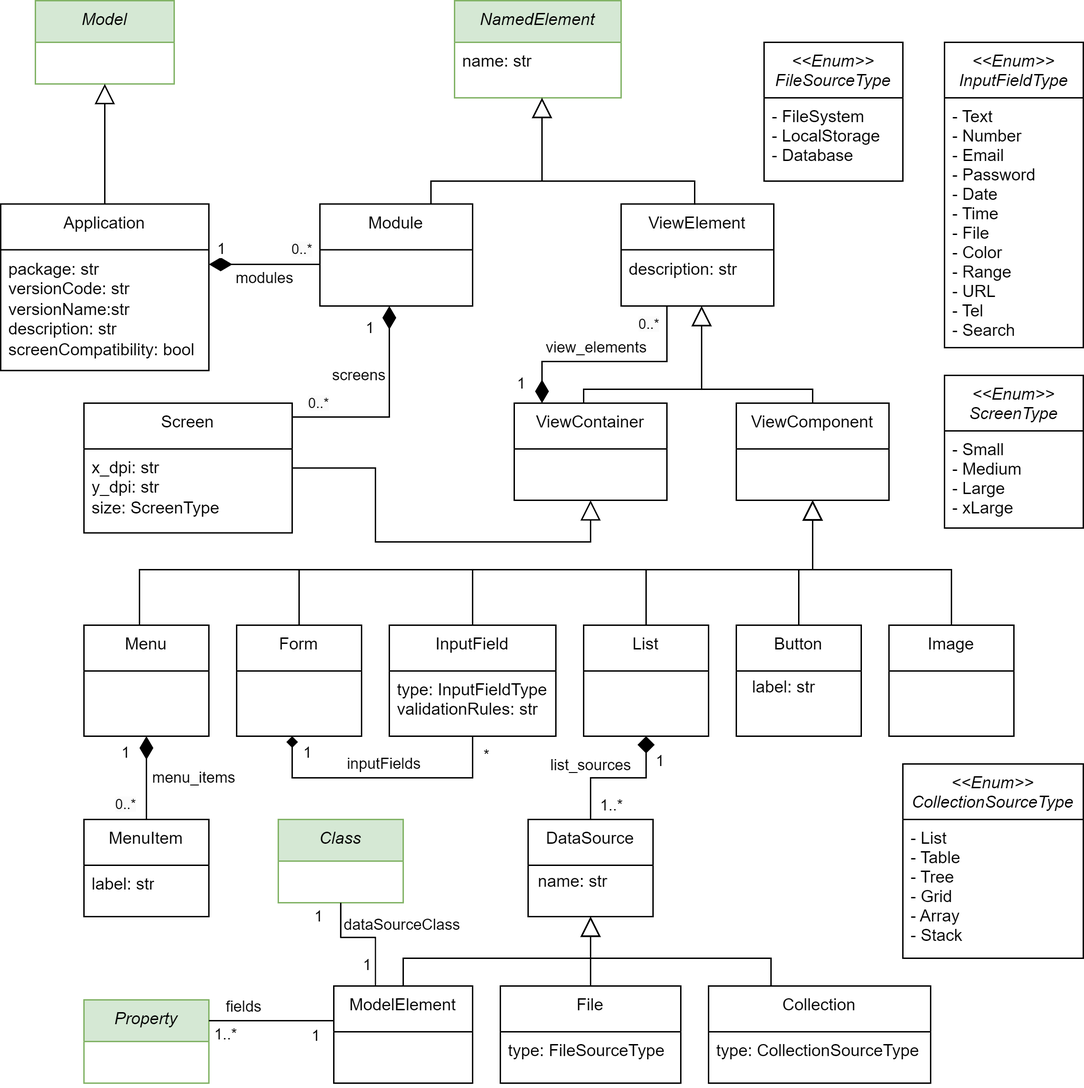
Earlier version of the draw.io export docs/source/img/gui_mm.png (BESSER-PEARL/BESSER). Source tidied: cells renumbered, new cells last; positions are measured from the earlier drawing's top-left corner, leaving out a move shared by most shapes.
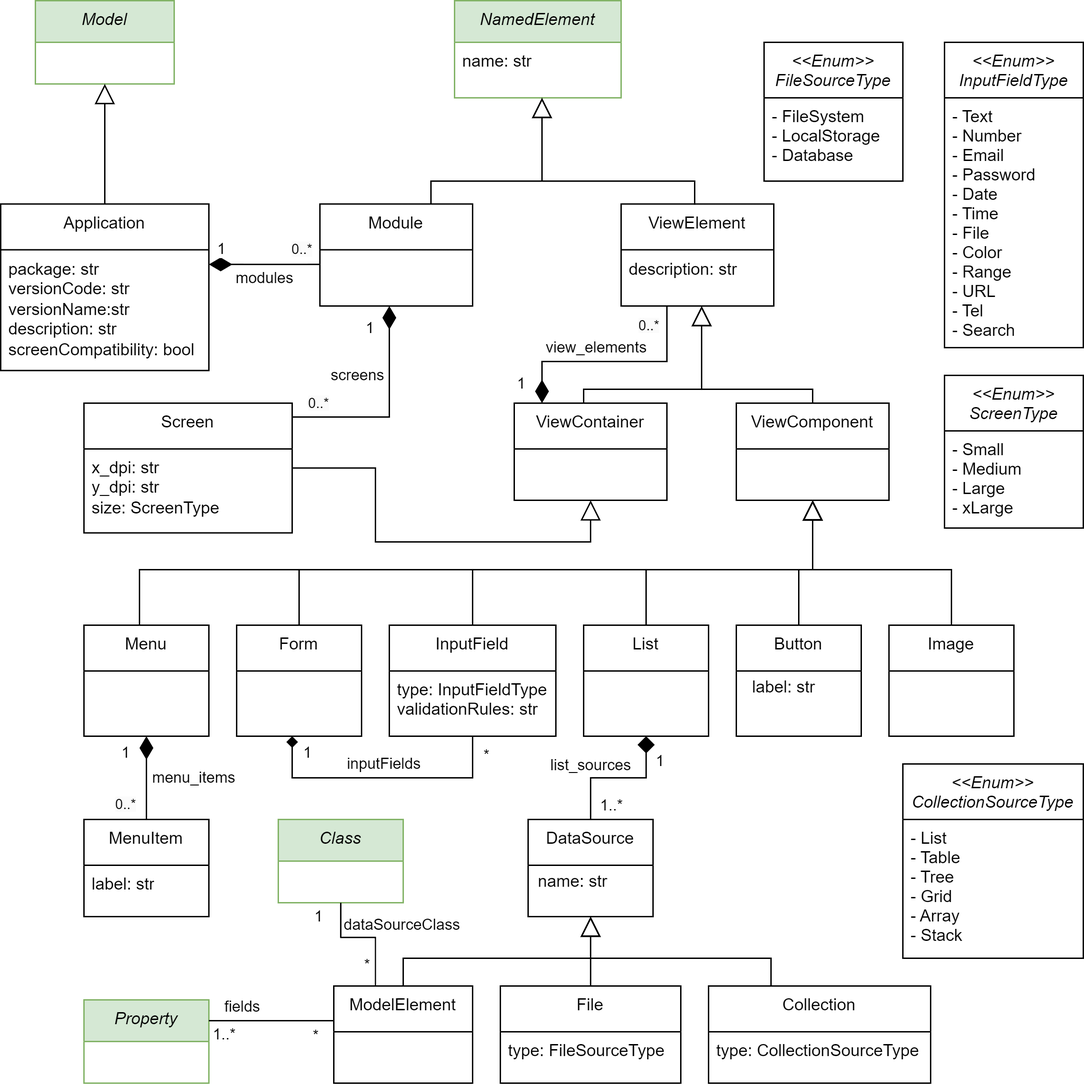
After the change.

The edit, as a diff of the source:
```diff
@@ -344,7 +344,7 @@
         <mxPoint x="2" y="10" as="offset" />
       </mxGeometry>
     </mxCell>
-    <mxCell id="71" value="1" style="edgeLabel;html=1;align=center;verticalAlign=middle;" parent="68" vertex="1">
+    <mxCell id="71" value="*" style="edgeLabel;html=1;align=center;verticalAlign=middle;" parent="68" vertex="1">
       <mxGeometry x="0.63" y="1" relative="1" as="geometry">
         <mxPoint x="3" y="12" as="offset" />
       </mxGeometry>
@@ -393,7 +393,7 @@
         <mxPoint x="385" y="-2" as="offset" />
       </mxGeometry>
     </mxCell>
-    <mxCell id="83" value="1" style="edgeLabel;html=1;align=center;verticalAlign=middle;" parent="1" vertex="1">
+    <mxCell id="83" value="*" style="edgeLabel;html=1;align=center;verticalAlign=middle;" parent="1" vertex="1">
       <mxGeometry x="260" y="680" as="geometry">
         <mxPoint x="4" y="15" as="offset" />
       </mxGeometry>
```
